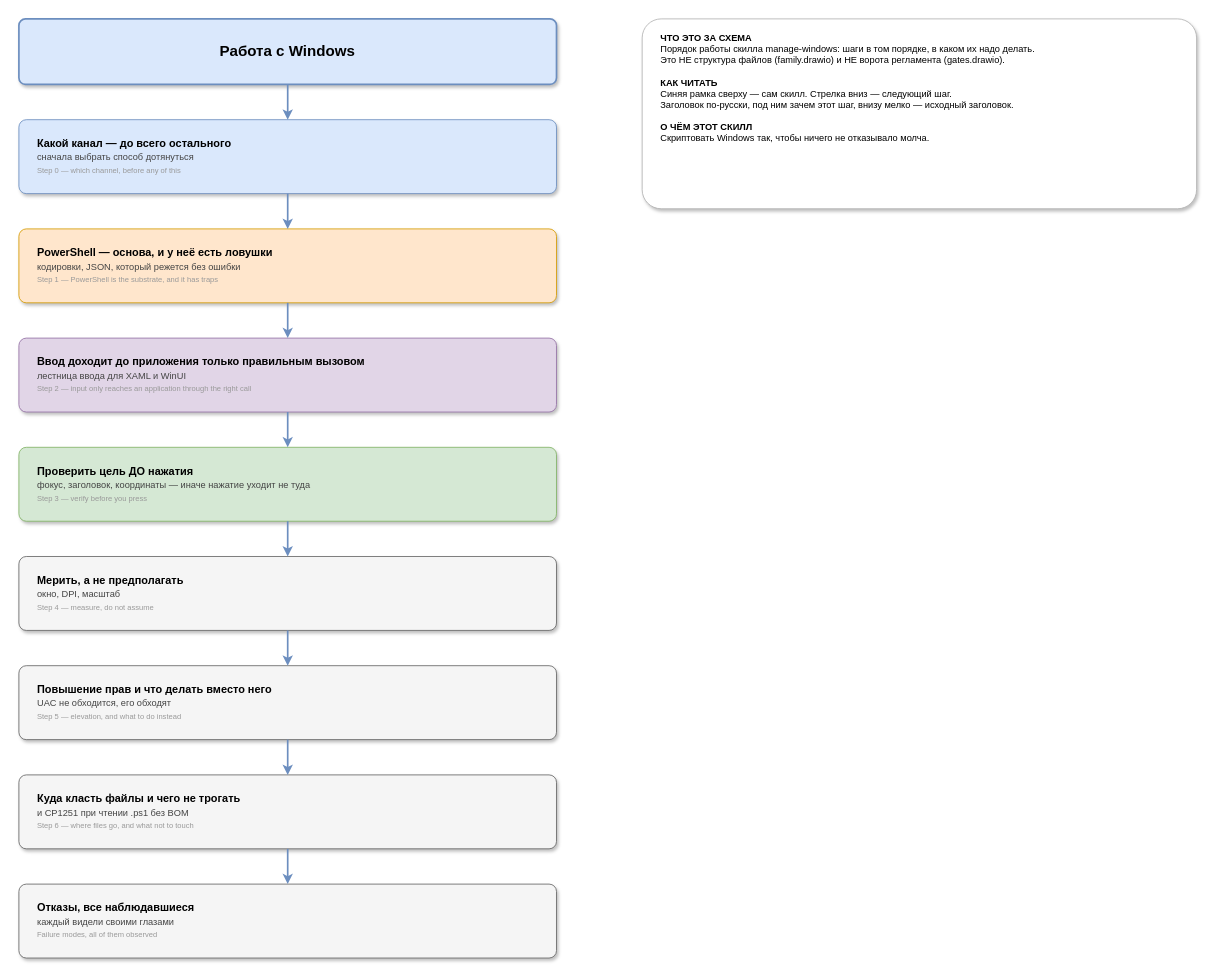
This is skills/manage-windows/assets/diagram.drawio from ubik-dsh/deepseek-harness-skills, a draw.io file, before an edit. Source tidied: cells renumbered, new cells numbered last; positions are measured from the earlier drawing's top-left corner, leaving out a move shared by most shapes. Both pictures are drawn from the tidied source at 84%, with x=0, y=0 at pixel (18, 18).
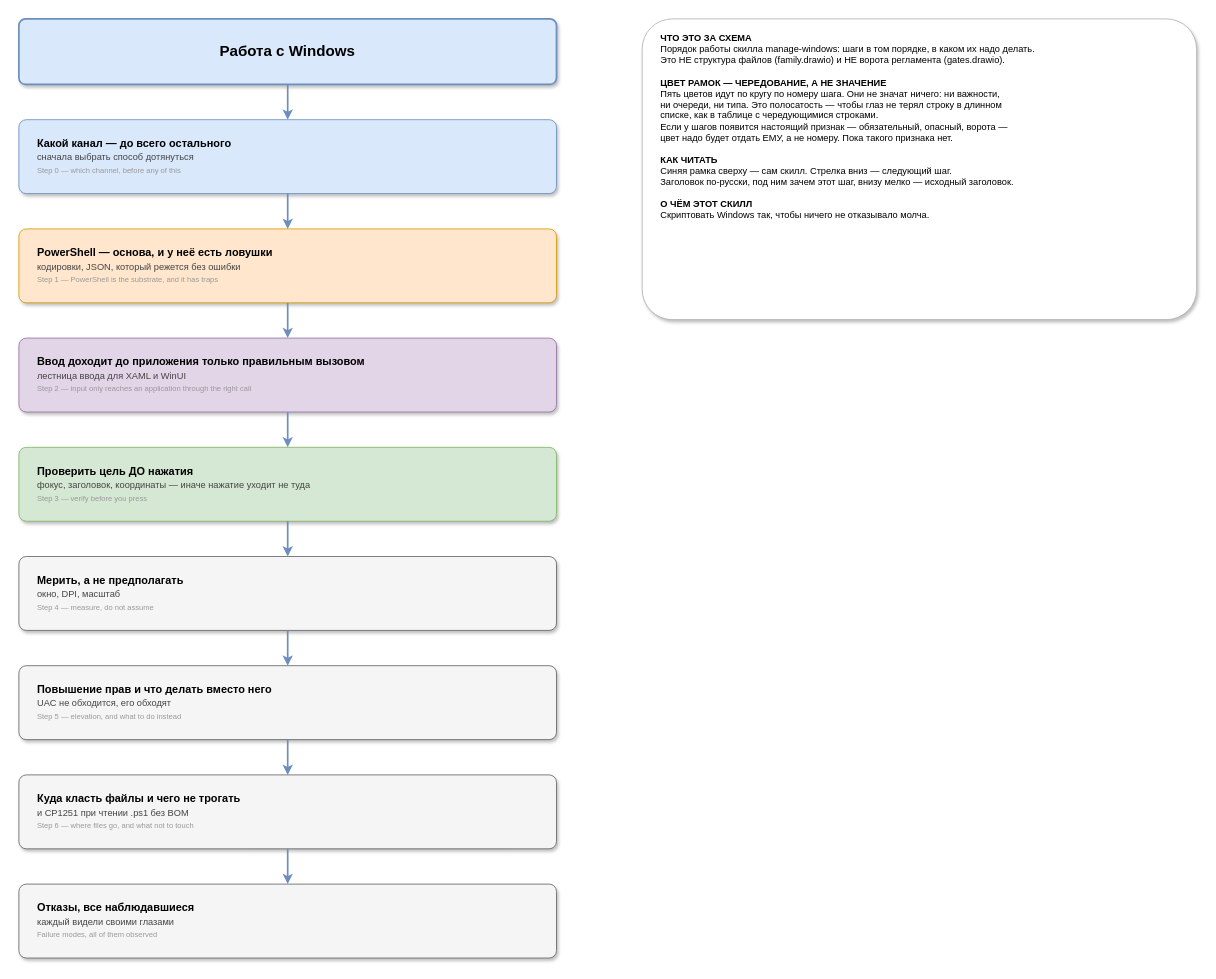
The same page after the edit.

What changed in the source:
```diff
@@
 <mxGraphModel>
   <root>
     <mxCell id="0" />
     <mxCell id="1" parent="0" />
     <mxCell id="2" value="Работа с Windows" style="rounded=1;arcSize=10;whiteSpace=wrap;html=1;shadow=1;strokeWidth=2;fillColor=#DAE8FC;strokeColor=#6C8EBF;fontSize=18;fontStyle=1;align=center;verticalAlign=middle;" parent="1" vertex="1">
       <mxGeometry width="640" height="78" as="geometry" />
     </mxCell>
     <mxCell id="3" value="&lt;b&gt;Какой канал — до всего остального&lt;/b&gt;&lt;br&gt;&lt;font color=&quot;#444444&quot; style=&quot;font-size:11px&quot;&gt;сначала выбрать способ дотянуться&lt;/font&gt;&lt;br&gt;&lt;font color=&quot;#999999&quot; style=&quot;font-size:9px&quot;&gt;Step 0 — which channel, before any of this&lt;/font&gt;" style="rounded=1;arcSize=10;whiteSpace=wrap;html=1;shadow=1;strokeWidth=1;fillColor=#DAE8FC;strokeColor=#6C8EBF;align=left;verticalAlign=middle;spacingLeft=20;spacingTop=10;spacingBottom=10;fontSize=13;" parent="1" vertex="1">
       <mxGeometry y="120" width="640" height="88" as="geometry" />
     </mxCell>
     <mxCell id="4" style="endArrow=classic;html=1;strokeColor=#6C8EBF;strokeWidth=2;rounded=0;edgeStyle=orthogonalEdgeStyle;exitX=0.5;exitY=1;exitDx=0;exitDy=0;entryX=0.5;entryY=0;entryDx=0;entryDy=0;" parent="1" edge="1" source="2" target="3">
       <mxGeometry relative="1" as="geometry" />
     </mxCell>
     <mxCell id="5" value="&lt;b&gt;PowerShell — основа, и у неё есть ловушки&lt;/b&gt;&lt;br&gt;&lt;font color=&quot;#444444&quot; style=&quot;font-size:11px&quot;&gt;кодировки, JSON, который режется без ошибки&lt;/font&gt;&lt;br&gt;&lt;font color=&quot;#999999&quot; style=&quot;font-size:9px&quot;&gt;Step 1 — PowerShell is the substrate, and it has traps&lt;/font&gt;" style="rounded=1;arcSize=10;whiteSpace=wrap;html=1;shadow=1;strokeWidth=1;fillColor=#FFE6CC;strokeColor=#D79B00;align=left;verticalAlign=middle;spacingLeft=20;spacingTop=10;spacingBottom=10;fontSize=13;" parent="1" vertex="1">
       <mxGeometry y="250" width="640" height="88" as="geometry" />
     </mxCell>
     <mxCell id="6" style="endArrow=classic;html=1;strokeColor=#6C8EBF;strokeWidth=2;rounded=0;edgeStyle=orthogonalEdgeStyle;exitX=0.5;exitY=1;exitDx=0;exitDy=0;entryX=0.5;entryY=0;entryDx=0;entryDy=0;" parent="1" edge="1" source="3" target="5">
       <mxGeometry relative="1" as="geometry" />
     </mxCell>
     <mxCell id="7" value="&lt;b&gt;Ввод доходит до приложения только правильным вызовом&lt;/b&gt;&lt;br&gt;&lt;font color=&quot;#444444&quot; style=&quot;font-size:11px&quot;&gt;лестница ввода для XAML и WinUI&lt;/font&gt;&lt;br&gt;&lt;font color=&quot;#999999&quot; style=&quot;font-size:9px&quot;&gt;Step 2 — input only reaches an application through the right call&lt;/font&gt;" style="rounded=1;arcSize=10;whiteSpace=wrap;html=1;shadow=1;strokeWidth=1;fillColor=#E1D5E7;strokeColor=#9673A6;align=left;verticalAlign=middle;spacingLeft=20;spacingTop=10;spacingBottom=10;fontSize=13;" parent="1" vertex="1">
       <mxGeometry y="380" width="640" height="88" as="geometry" />
     </mxCell>
     <mxCell id="8" style="endArrow=classic;html=1;strokeColor=#6C8EBF;strokeWidth=2;rounded=0;edgeStyle=orthogonalEdgeStyle;exitX=0.5;exitY=1;exitDx=0;exitDy=0;entryX=0.5;entryY=0;entryDx=0;entryDy=0;" parent="1" edge="1" source="5" target="7">
       <mxGeometry relative="1" as="geometry" />
     </mxCell>
     <mxCell id="9" value="&lt;b&gt;Проверить цель ДО нажатия&lt;/b&gt;&lt;br&gt;&lt;font color=&quot;#444444&quot; style=&quot;font-size:11px&quot;&gt;фокус, заголовок, координаты — иначе нажатие уходит не туда&lt;/font&gt;&lt;br&gt;&lt;font color=&quot;#999999&quot; style=&quot;font-size:9px&quot;&gt;Step 3 — verify before you press&lt;/font&gt;" style="rounded=1;arcSize=10;whiteSpace=wrap;html=1;shadow=1;strokeWidth=1;fillColor=#D5E8D4;strokeColor=#82B366;align=left;verticalAlign=middle;spacingLeft=20;spacingTop=10;spacingBottom=10;fontSize=13;" parent="1" vertex="1">
       <mxGeometry y="510" width="640" height="88" as="geometry" />
     </mxCell>
     <mxCell id="10" style="endArrow=classic;html=1;strokeColor=#6C8EBF;strokeWidth=2;rounded=0;edgeStyle=orthogonalEdgeStyle;exitX=0.5;exitY=1;exitDx=0;exitDy=0;entryX=0.5;entryY=0;entryDx=0;entryDy=0;" parent="1" edge="1" source="7" target="9">
       <mxGeometry relative="1" as="geometry" />
     </mxCell>
     <mxCell id="11" value="&lt;b&gt;Мерить, а не предполагать&lt;/b&gt;&lt;br&gt;&lt;font color=&quot;#444444&quot; style=&quot;font-size:11px&quot;&gt;окно, DPI, масштаб&lt;/font&gt;&lt;br&gt;&lt;font color=&quot;#999999&quot; style=&quot;font-size:9px&quot;&gt;Step 4 — measure, do not assume&lt;/font&gt;" style="rounded=1;arcSize=10;whiteSpace=wrap;html=1;shadow=1;strokeWidth=1;fillColor=#F5F5F5;strokeColor=#666666;align=left;verticalAlign=middle;spacingLeft=20;spacingTop=10;spacingBottom=10;fontSize=13;" parent="1" vertex="1">
       <mxGeometry y="640" width="640" height="88" as="geometry" />
     </mxCell>
     <mxCell id="12" style="endArrow=classic;html=1;strokeColor=#6C8EBF;strokeWidth=2;rounded=0;edgeStyle=orthogonalEdgeStyle;exitX=0.5;exitY=1;exitDx=0;exitDy=0;entryX=0.5;entryY=0;entryDx=0;entryDy=0;" parent="1" edge="1" source="9" target="11">
       <mxGeometry relative="1" as="geometry" />
     </mxCell>
     <mxCell id="13" value="&lt;b&gt;Повышение прав и что делать вместо него&lt;/b&gt;&lt;br&gt;&lt;font color=&quot;#444444&quot; style=&quot;font-size:11px&quot;&gt;UAC не обходится, его обходят&lt;/font&gt;&lt;br&gt;&lt;font color=&quot;#999999&quot; style=&quot;font-size:9px&quot;&gt;Step 5 — elevation, and what to do instead&lt;/font&gt;" style="rounded=1;arcSize=10;whiteSpace=wrap;html=1;shadow=1;strokeWidth=1;fillColor=#F5F5F5;strokeColor=#666666;align=left;verticalAlign=middle;spacingLeft=20;spacingTop=10;spacingBottom=10;fontSize=13;" parent="1" vertex="1">
       <mxGeometry y="770" width="640" height="88" as="geometry" />
     </mxCell>
     <mxCell id="14" style="endArrow=classic;html=1;strokeColor=#6C8EBF;strokeWidth=2;rounded=0;edgeStyle=orthogonalEdgeStyle;exitX=0.5;exitY=1;exitDx=0;exitDy=0;entryX=0.5;entryY=0;entryDx=0;entryDy=0;" parent="1" edge="1" source="11" target="13">
       <mxGeometry relative="1" as="geometry" />
     </mxCell>
     <mxCell id="15" value="&lt;b&gt;Куда класть файлы и чего не трогать&lt;/b&gt;&lt;br&gt;&lt;font color=&quot;#444444&quot; style=&quot;font-size:11px&quot;&gt;и CP1251 при чтении .ps1 без BOM&lt;/font&gt;&lt;br&gt;&lt;font color=&quot;#999999&quot; style=&quot;font-size:9px&quot;&gt;Step 6 — where files go, and what not to touch&lt;/font&gt;" style="rounded=1;arcSize=10;whiteSpace=wrap;html=1;shadow=1;strokeWidth=1;fillColor=#F5F5F5;strokeColor=#666666;align=left;verticalAlign=middle;spacingLeft=20;spacingTop=10;spacingBottom=10;fontSize=13;" parent="1" vertex="1">
       <mxGeometry y="900" width="640" height="88" as="geometry" />
     </mxCell>
     <mxCell id="16" style="endArrow=classic;html=1;strokeColor=#6C8EBF;strokeWidth=2;rounded=0;edgeStyle=orthogonalEdgeStyle;exitX=0.5;exitY=1;exitDx=0;exitDy=0;entryX=0.5;entryY=0;entryDx=0;entryDy=0;" parent="1" edge="1" source="13" target="15">
       <mxGeometry relative="1" as="geometry" />
     </mxCell>
     <mxCell id="17" value="&lt;b&gt;Отказы, все наблюдавшиеся&lt;/b&gt;&lt;br&gt;&lt;font color=&quot;#444444&quot; style=&quot;font-size:11px&quot;&gt;каждый видели своими глазами&lt;/font&gt;&lt;br&gt;&lt;font color=&quot;#999999&quot; style=&quot;font-size:9px&quot;&gt;Failure modes, all of them observed&lt;/font&gt;" style="rounded=1;arcSize=10;whiteSpace=wrap;html=1;shadow=1;strokeWidth=1;fillColor=#F5F5F5;strokeColor=#666666;align=left;verticalAlign=middle;spacingLeft=20;spacingTop=10;spacingBottom=10;fontSize=13;" parent="1" vertex="1">
       <mxGeometry y="1030" width="640" height="88" as="geometry" />
     </mxCell>
     <mxCell id="18" style="endArrow=classic;html=1;strokeColor=#6C8EBF;strokeWidth=2;rounded=0;edgeStyle=orthogonalEdgeStyle;exitX=0.5;exitY=1;exitDx=0;exitDy=0;entryX=0.5;entryY=0;entryDx=0;entryDy=0;" parent="1" edge="1" source="15" target="17">
       <mxGeometry relative="1" as="geometry" />
     </mxCell>
-    <mxCell id="19" value="&lt;b&gt;ЧТО ЭТО ЗА СХЕМА&lt;/b&gt;&lt;br&gt;Порядок работы скилла manage-windows: шаги в том порядке, в каком их надо делать.&lt;br&gt;Это НЕ структура файлов (family.drawio) и НЕ ворота регламента (gates.drawio).&lt;br&gt;&amp;nbsp;&lt;br&gt;&lt;b&gt;КАК ЧИТАТЬ&lt;/b&gt;&lt;br&gt;Синяя рамка сверху — сам скилл. Стрелка вниз — следующий шаг.&lt;br&gt;Заголовок по-русски, под ним зачем этот шаг, внизу мелко — исходный заголовок.&lt;br&gt;&amp;nbsp;&lt;br&gt;&lt;b&gt;О ЧЁМ ЭТОТ СКИЛЛ&lt;/b&gt;&lt;br&gt;Скриптовать Windows так, чтобы ничего не отказывало молча.&lt;br&gt;&amp;nbsp;" style="rounded=1;arcSize=10;whiteSpace=wrap;html=1;shadow=1;strokeWidth=1;fillColor=#FFFFFF;strokeColor=#B3B3B3;align=left;verticalAlign=top;spacingLeft=20;spacingTop=10;fontSize=11;" parent="1" vertex="1">
-      <mxGeometry x="742" width="660" height="226" as="geometry" />
+    <mxCell id="19" value="&lt;b&gt;ЧТО ЭТО ЗА СХЕМА&lt;/b&gt;&lt;br&gt;Порядок работы скилла manage-windows: шаги в том порядке, в каком их надо делать.&lt;br&gt;Это НЕ структура файлов (family.drawio) и НЕ ворота регламента (gates.drawio).&lt;br&gt;&amp;nbsp;&lt;br&gt;&lt;b&gt;ЦВЕТ РАМОК — ЧЕРЕДОВАНИЕ, А НЕ ЗНАЧЕНИЕ&lt;/b&gt;&lt;br&gt;Пять цветов идут по кругу по номеру шага. Они не значат ничего: ни важности,&lt;br&gt;ни очереди, ни типа. Это полосатость — чтобы глаз не терял строку в длинном&lt;br&gt;списке, как в таблице с чередующимися строками.&lt;br&gt;Если у шагов появится настоящий признак — обязательный, опасный, ворота —&lt;br&gt;цвет надо будет отдать ЕМУ, а не номеру. Пока такого признака нет.&lt;br&gt;&amp;nbsp;&lt;br&gt;&lt;b&gt;КАК ЧИТАТЬ&lt;/b&gt;&lt;br&gt;Синяя рамка сверху — сам скилл. Стрелка вниз — следующий шаг.&lt;br&gt;Заголовок по-русски, под ним зачем этот шаг, внизу мелко — исходный заголовок.&lt;br&gt;&amp;nbsp;&lt;br&gt;&lt;b&gt;О ЧЁМ ЭТОТ СКИЛЛ&lt;/b&gt;&lt;br&gt;Скриптовать Windows так, чтобы ничего не отказывало молча.&lt;br&gt;&amp;nbsp;" style="rounded=1;arcSize=10;whiteSpace=wrap;html=1;shadow=1;strokeWidth=1;fillColor=#FFFFFF;strokeColor=#B3B3B3;align=left;verticalAlign=top;spacingLeft=20;spacingTop=10;fontSize=11;" parent="1" vertex="1">
+      <mxGeometry x="742" width="660" height="358" as="geometry" />
     </mxCell>
   </root>
 </mxGraphModel>
```
